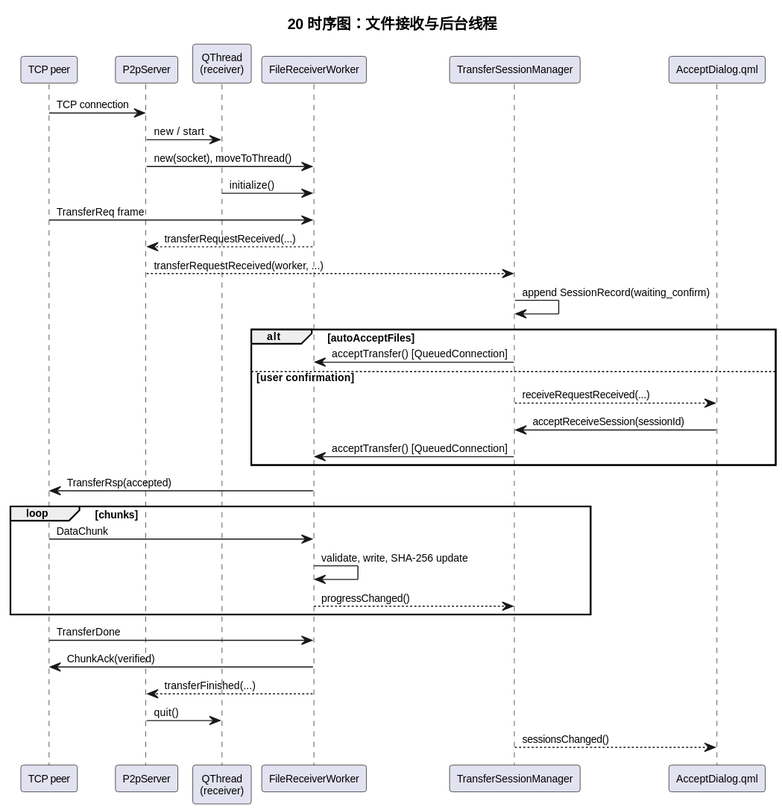
Earlier version of the PlantUML export doc/diagrams/rendered/20-时序图-文件接收与后台线程.svg (Gsheep0729/GridYard).
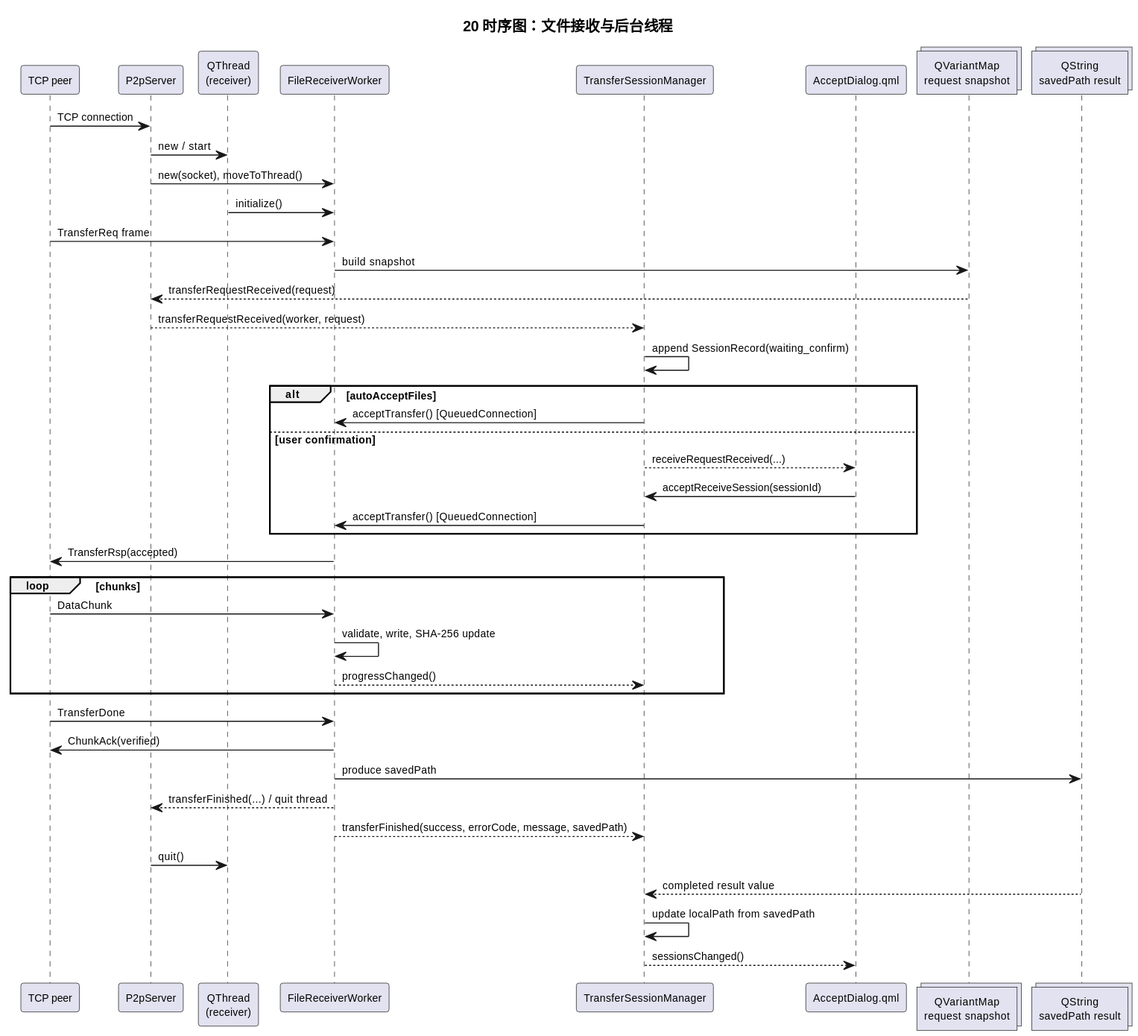
After the commit.

What changed in the source:
```diff
@@ -8,14 +8,17 @@
 participant FileReceiverWorker as Receiver
 participant TransferSessionManager as Tsm
 participant "AcceptDialog.qml" as Dialog
+collections "QVariantMap\nrequest snapshot" as Request
+collections "QString\nsavedPath result" as Result
 
 Peer -> P2p : TCP connection
 P2p -> Thread : new / start
 P2p -> Receiver : new(socket), moveToThread()
 Thread -> Receiver : initialize()
 Peer -> Receiver : TransferReq frame
-Receiver --> P2p : transferRequestReceived(...)
-P2p --> Tsm : transferRequestReceived(worker, ...)
+Receiver -> Request : build snapshot
+Request --> P2p : transferRequestReceived(request)
+P2p --> Tsm : transferRequestReceived(worker, request)
 Tsm -> Tsm : append SessionRecord(waiting_confirm)
 alt autoAcceptFiles
   Tsm -> Receiver : acceptTransfer() [QueuedConnection]
@@ -32,7 +35,11 @@
 end
 Peer -> Receiver : TransferDone
 Receiver -> Peer : ChunkAck(verified)
-Receiver --> P2p : transferFinished(...)
+Receiver -> Result : produce savedPath
+Receiver --> P2p : transferFinished(...) / quit thread
+Receiver --> Tsm : transferFinished(success, errorCode, message, savedPath)
 P2p -> Thread : quit()
+Result --> Tsm : completed result value
+Tsm -> Tsm : update localPath from savedPath
 Tsm --> Dialog : sessionsChanged()
 @enduml
```
